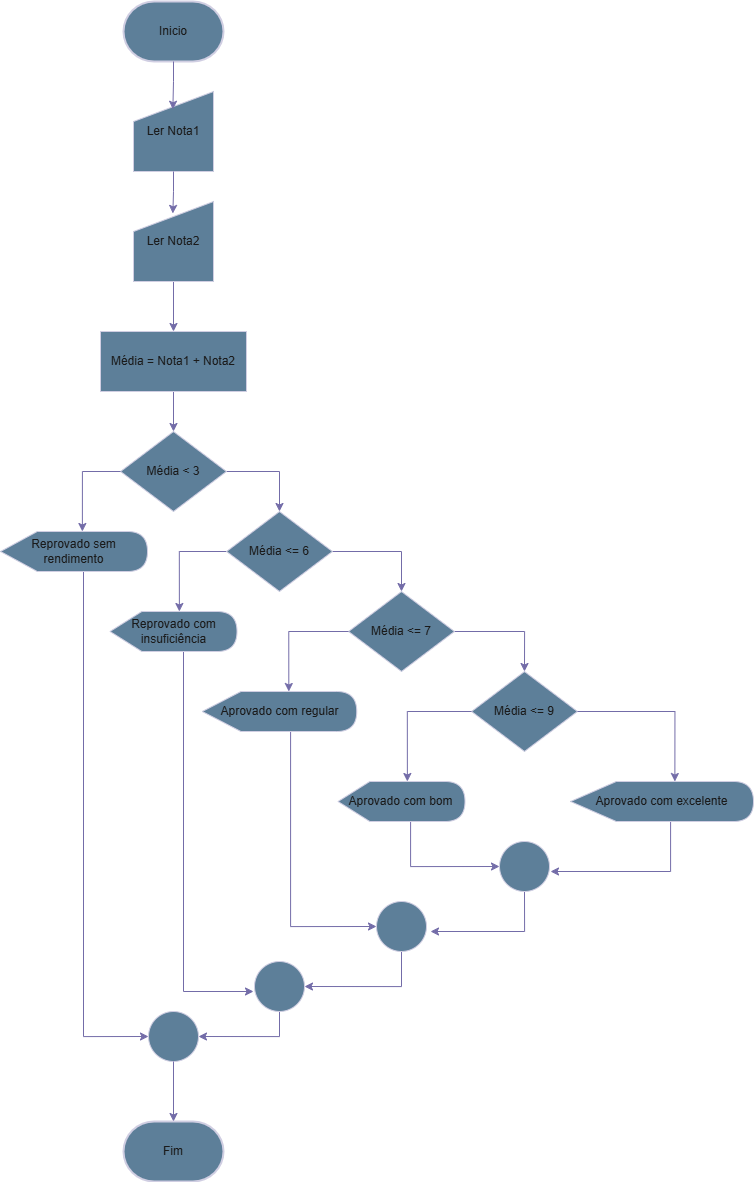
This is exercicios15.drawio.png from andrew-cdia/algoritmos-lista1, a draw.io export, as it was before one commit. Source tidied: cells renumbered, new cells last; positions are measured from the earlier drawing's top-left corner, leaving out a move shared by most shapes. Source of this version:
```xml
<mxGraphModel>
  <root>
    <mxCell id="0" />
    <mxCell id="1" parent="0" />
    <mxCell id="2" value="Fim" style="strokeWidth=2;html=1;shape=mxgraph.flowchart.terminator;whiteSpace=wrap;labelBackgroundColor=none;fillColor=#5D7F99;strokeColor=#D0CEE2;fontColor=#1A1A1A;" parent="1" vertex="1">
      <mxGeometry x="123" y="1120" width="100" height="60" as="geometry" />
    </mxCell>
    <mxCell id="3" value="Inicio" style="strokeWidth=2;html=1;shape=mxgraph.flowchart.terminator;whiteSpace=wrap;labelBackgroundColor=none;fillColor=#5D7F99;strokeColor=#D0CEE2;fontColor=#1A1A1A;" parent="1" vertex="1">
      <mxGeometry x="123" width="100" height="60" as="geometry" />
    </mxCell>
    <mxCell id="4" style="edgeStyle=orthogonalEdgeStyle;rounded=0;jettySize=auto;html=1;entryX=0.5;entryY=0;entryDx=0;entryDy=0;labelBackgroundColor=none;strokeColor=#736CA8;fontColor=default;" parent="1" edge="1" source="5" target="8">
      <mxGeometry relative="1" as="geometry" />
    </mxCell>
    <mxCell id="5" value="Ler Nota2" style="shape=manualInput;whiteSpace=wrap;html=1;labelBackgroundColor=none;fillColor=#5D7F99;strokeColor=#D0CEE2;fontColor=#1A1A1A;" parent="1" vertex="1">
      <mxGeometry x="133" y="200" width="80" height="80" as="geometry" />
    </mxCell>
    <mxCell id="6" value="Ler Nota1" style="shape=manualInput;whiteSpace=wrap;html=1;labelBackgroundColor=none;fillColor=#5D7F99;strokeColor=#D0CEE2;fontColor=#1A1A1A;" parent="1" vertex="1">
      <mxGeometry x="133" y="90" width="80" height="80" as="geometry" />
    </mxCell>
    <mxCell id="7" style="edgeStyle=orthogonalEdgeStyle;rounded=0;jettySize=auto;html=1;entryX=0.5;entryY=0;entryDx=0;entryDy=0;labelBackgroundColor=none;strokeColor=#736CA8;fontColor=default;" parent="1" edge="1" source="8" target="10">
      <mxGeometry relative="1" as="geometry" />
    </mxCell>
    <mxCell id="8" value="Média = Nota1 + Nota2" style="rounded=0;whiteSpace=wrap;html=1;labelBackgroundColor=none;fillColor=#5D7F99;strokeColor=#D0CEE2;fontColor=#1A1A1A;" parent="1" vertex="1">
      <mxGeometry x="100" y="330" width="146" height="60" as="geometry" />
    </mxCell>
    <mxCell id="9" style="edgeStyle=orthogonalEdgeStyle;rounded=0;jettySize=auto;html=1;entryX=0.5;entryY=0;entryDx=0;entryDy=0;labelBackgroundColor=none;strokeColor=#736CA8;fontColor=default;" parent="1" edge="1" source="10" target="13">
      <mxGeometry relative="1" as="geometry">
        <Array as="points">
          <mxPoint x="279" y="470" />
        </Array>
      </mxGeometry>
    </mxCell>
    <mxCell id="10" value="Média &amp;lt; 3" style="rhombus;whiteSpace=wrap;html=1;labelBackgroundColor=none;fillColor=#5D7F99;strokeColor=#D0CEE2;fontColor=#1A1A1A;" parent="1" vertex="1">
      <mxGeometry x="120" y="430" width="106" height="80" as="geometry" />
    </mxCell>
    <mxCell id="11" style="edgeStyle=orthogonalEdgeStyle;rounded=0;jettySize=auto;html=1;entryX=0;entryY=0;entryDx=69.375;entryDy=0;entryPerimeter=0;labelBackgroundColor=none;strokeColor=#736CA8;fontColor=default;" parent="1" edge="1" source="13" target="20">
      <mxGeometry relative="1" as="geometry">
        <Array as="points">
          <mxPoint x="179" y="550" />
        </Array>
      </mxGeometry>
    </mxCell>
    <mxCell id="12" style="edgeStyle=orthogonalEdgeStyle;rounded=0;jettySize=auto;html=1;entryX=0.5;entryY=0;entryDx=0;entryDy=0;labelBackgroundColor=none;strokeColor=#736CA8;fontColor=default;" parent="1" edge="1" source="13" target="15">
      <mxGeometry relative="1" as="geometry" />
    </mxCell>
    <mxCell id="13" value="Média &amp;lt;= 6" style="rhombus;whiteSpace=wrap;html=1;labelBackgroundColor=none;fillColor=#5D7F99;strokeColor=#D0CEE2;fontColor=#1A1A1A;" parent="1" vertex="1">
      <mxGeometry x="226" y="510" width="106" height="80" as="geometry" />
    </mxCell>
    <mxCell id="14" style="edgeStyle=orthogonalEdgeStyle;rounded=0;jettySize=auto;html=1;entryX=0.5;entryY=0;entryDx=0;entryDy=0;labelBackgroundColor=none;strokeColor=#736CA8;fontColor=default;" parent="1" edge="1" source="15" target="16">
      <mxGeometry relative="1" as="geometry" />
    </mxCell>
    <mxCell id="15" value="Média &amp;lt;= 7" style="rhombus;whiteSpace=wrap;html=1;labelBackgroundColor=none;fillColor=#5D7F99;strokeColor=#D0CEE2;fontColor=#1A1A1A;" parent="1" vertex="1">
      <mxGeometry x="348" y="590" width="106" height="80" as="geometry" />
    </mxCell>
    <mxCell id="16" value="Média &amp;lt;= 9" style="rhombus;whiteSpace=wrap;html=1;labelBackgroundColor=none;fillColor=#5D7F99;strokeColor=#D0CEE2;fontColor=#1A1A1A;" parent="1" vertex="1">
      <mxGeometry x="471" y="670" width="106" height="80" as="geometry" />
    </mxCell>
    <mxCell id="17" style="edgeStyle=orthogonalEdgeStyle;rounded=0;jettySize=auto;html=1;entryX=0;entryY=0.5;entryDx=0;entryDy=0;labelBackgroundColor=none;strokeColor=#736CA8;fontColor=default;" parent="1" edge="1" source="18" target="39">
      <mxGeometry relative="1" as="geometry">
        <Array as="points">
          <mxPoint x="83" y="1035" />
        </Array>
      </mxGeometry>
    </mxCell>
    <mxCell id="18" value="Reprovado sem rendimento" style="shape=display;whiteSpace=wrap;html=1;labelBackgroundColor=none;fillColor=#5D7F99;strokeColor=#D0CEE2;fontColor=#1A1A1A;" parent="1" vertex="1">
      <mxGeometry y="530" width="147" height="40" as="geometry" />
    </mxCell>
    <mxCell id="19" style="edgeStyle=orthogonalEdgeStyle;rounded=0;jettySize=auto;html=1;labelBackgroundColor=none;strokeColor=#736CA8;fontColor=default;" parent="1" edge="1" source="20">
      <mxGeometry relative="1" as="geometry">
        <mxPoint x="253" y="990" as="targetPoint" />
        <Array as="points">
          <mxPoint x="183" y="990" />
        </Array>
      </mxGeometry>
    </mxCell>
    <mxCell id="20" value="Reprovado com insuficiência" style="shape=display;whiteSpace=wrap;html=1;labelBackgroundColor=none;fillColor=#5D7F99;strokeColor=#D0CEE2;fontColor=#1A1A1A;" parent="1" vertex="1">
      <mxGeometry x="109.5" y="610" width="127" height="40" as="geometry" />
    </mxCell>
    <mxCell id="21" style="edgeStyle=orthogonalEdgeStyle;rounded=0;jettySize=auto;html=1;entryX=0;entryY=0.5;entryDx=0;entryDy=0;labelBackgroundColor=none;strokeColor=#736CA8;fontColor=default;" parent="1" edge="1" source="22" target="36">
      <mxGeometry relative="1" as="geometry">
        <Array as="points">
          <mxPoint x="290" y="925" />
        </Array>
      </mxGeometry>
    </mxCell>
    <mxCell id="22" value="Aprovado com regular" style="shape=display;whiteSpace=wrap;html=1;labelBackgroundColor=none;fillColor=#5D7F99;strokeColor=#D0CEE2;fontColor=#1A1A1A;" parent="1" vertex="1">
      <mxGeometry x="201.8" y="690" width="154.5" height="40" as="geometry" />
    </mxCell>
    <mxCell id="23" style="edgeStyle=orthogonalEdgeStyle;rounded=0;jettySize=auto;html=1;entryX=0;entryY=0.5;entryDx=0;entryDy=0;labelBackgroundColor=none;strokeColor=#736CA8;fontColor=default;" parent="1" edge="1" source="24" target="34">
      <mxGeometry relative="1" as="geometry">
        <Array as="points">
          <mxPoint x="410" y="865" />
        </Array>
      </mxGeometry>
    </mxCell>
    <mxCell id="24" value="Aprovado com bom" style="shape=display;whiteSpace=wrap;html=1;labelBackgroundColor=none;fillColor=#5D7F99;strokeColor=#D0CEE2;fontColor=#1A1A1A;" parent="1" vertex="1">
      <mxGeometry x="337.5" y="780" width="127" height="40" as="geometry" />
    </mxCell>
    <mxCell id="25" style="edgeStyle=orthogonalEdgeStyle;rounded=0;jettySize=auto;html=1;labelBackgroundColor=none;strokeColor=#736CA8;fontColor=default;" parent="1" edge="1" source="26">
      <mxGeometry relative="1" as="geometry">
        <mxPoint x="550" y="870" as="targetPoint" />
        <Array as="points">
          <mxPoint x="670" y="870" />
        </Array>
      </mxGeometry>
    </mxCell>
    <mxCell id="26" value="Aprovado com excelente" style="shape=display;whiteSpace=wrap;html=1;labelBackgroundColor=none;fillColor=#5D7F99;strokeColor=#D0CEE2;fontColor=#1A1A1A;" parent="1" vertex="1">
      <mxGeometry x="570" y="780" width="183" height="40" as="geometry" />
    </mxCell>
    <mxCell id="27" style="edgeStyle=orthogonalEdgeStyle;rounded=0;jettySize=auto;html=1;entryX=0;entryY=0;entryDx=81.875;entryDy=0;entryPerimeter=0;labelBackgroundColor=none;strokeColor=#736CA8;fontColor=default;" parent="1" edge="1" source="10" target="18">
      <mxGeometry relative="1" as="geometry">
        <Array as="points">
          <mxPoint x="82" y="470" />
        </Array>
      </mxGeometry>
    </mxCell>
    <mxCell id="28" style="edgeStyle=orthogonalEdgeStyle;rounded=0;jettySize=auto;html=1;entryX=0;entryY=0;entryDx=86.5625;entryDy=0;entryPerimeter=0;labelBackgroundColor=none;strokeColor=#736CA8;fontColor=default;" parent="1" edge="1" source="15" target="22">
      <mxGeometry relative="1" as="geometry">
        <Array as="points">
          <mxPoint x="288" y="630" />
        </Array>
      </mxGeometry>
    </mxCell>
    <mxCell id="29" style="edgeStyle=orthogonalEdgeStyle;rounded=0;jettySize=auto;html=1;entryX=0;entryY=0;entryDx=69.375;entryDy=0;entryPerimeter=0;labelBackgroundColor=none;strokeColor=#736CA8;fontColor=default;" parent="1" edge="1" source="16" target="24">
      <mxGeometry relative="1" as="geometry" />
    </mxCell>
    <mxCell id="30" style="edgeStyle=orthogonalEdgeStyle;rounded=0;jettySize=auto;html=1;entryX=0;entryY=0;entryDx=104.375;entryDy=0;entryPerimeter=0;labelBackgroundColor=none;strokeColor=#736CA8;fontColor=default;" parent="1" edge="1" source="16" target="26">
      <mxGeometry relative="1" as="geometry">
        <Array as="points">
          <mxPoint x="674" y="710" />
        </Array>
      </mxGeometry>
    </mxCell>
    <mxCell id="31" style="edgeStyle=orthogonalEdgeStyle;rounded=0;jettySize=auto;html=1;entryX=0.492;entryY=0.149;entryDx=0;entryDy=0;entryPerimeter=0;labelBackgroundColor=none;strokeColor=#736CA8;fontColor=default;" parent="1" edge="1" source="6" target="5">
      <mxGeometry relative="1" as="geometry" />
    </mxCell>
    <mxCell id="32" style="edgeStyle=orthogonalEdgeStyle;rounded=0;jettySize=auto;html=1;entryX=0.492;entryY=0.222;entryDx=0;entryDy=0;entryPerimeter=0;labelBackgroundColor=none;strokeColor=#736CA8;fontColor=default;" parent="1" edge="1" source="3" target="6">
      <mxGeometry relative="1" as="geometry" />
    </mxCell>
    <mxCell id="33" style="edgeStyle=orthogonalEdgeStyle;rounded=0;jettySize=auto;html=1;labelBackgroundColor=none;strokeColor=#736CA8;fontColor=default;" parent="1" edge="1" source="34">
      <mxGeometry relative="1" as="geometry">
        <mxPoint x="430" y="930" as="targetPoint" />
        <Array as="points">
          <mxPoint x="524" y="930" />
        </Array>
      </mxGeometry>
    </mxCell>
    <mxCell id="34" style="ellipse;whiteSpace=wrap;html=1;labelBackgroundColor=none;fillColor=#5D7F99;strokeColor=#D0CEE2;fontColor=#1A1A1A;" parent="1" vertex="1">
      <mxGeometry x="499" y="840" width="50" height="50" as="geometry" />
    </mxCell>
    <mxCell id="35" style="edgeStyle=orthogonalEdgeStyle;rounded=0;jettySize=auto;html=1;entryX=1;entryY=0.5;entryDx=0;entryDy=0;labelBackgroundColor=none;strokeColor=#736CA8;fontColor=default;" parent="1" edge="1" source="36" target="38">
      <mxGeometry relative="1" as="geometry">
        <Array as="points">
          <mxPoint x="401" y="985" />
        </Array>
      </mxGeometry>
    </mxCell>
    <mxCell id="36" style="ellipse;whiteSpace=wrap;html=1;labelBackgroundColor=none;fillColor=#5D7F99;strokeColor=#D0CEE2;fontColor=#1A1A1A;" parent="1" vertex="1">
      <mxGeometry x="376" y="900" width="50" height="50" as="geometry" />
    </mxCell>
    <mxCell id="37" style="edgeStyle=orthogonalEdgeStyle;rounded=0;jettySize=auto;html=1;entryX=1;entryY=0.5;entryDx=0;entryDy=0;labelBackgroundColor=none;strokeColor=#736CA8;fontColor=default;" parent="1" edge="1" source="38" target="39">
      <mxGeometry relative="1" as="geometry">
        <Array as="points">
          <mxPoint x="279" y="1035" />
        </Array>
      </mxGeometry>
    </mxCell>
    <mxCell id="38" style="ellipse;whiteSpace=wrap;html=1;labelBackgroundColor=none;fillColor=#5D7F99;strokeColor=#D0CEE2;fontColor=#1A1A1A;" parent="1" vertex="1">
      <mxGeometry x="254" y="960" width="50" height="50" as="geometry" />
    </mxCell>
    <mxCell id="39" style="ellipse;whiteSpace=wrap;html=1;labelBackgroundColor=none;fillColor=#5D7F99;strokeColor=#D0CEE2;fontColor=#1A1A1A;" parent="1" vertex="1">
      <mxGeometry x="148" y="1010" width="50" height="50" as="geometry" />
    </mxCell>
    <mxCell id="40" style="edgeStyle=orthogonalEdgeStyle;rounded=0;jettySize=auto;html=1;entryX=0.5;entryY=0;entryDx=0;entryDy=0;entryPerimeter=0;labelBackgroundColor=none;strokeColor=#736CA8;fontColor=default;" parent="1" edge="1" source="39" target="2">
      <mxGeometry relative="1" as="geometry" />
    </mxCell>
  </root>
</mxGraphModel>
```
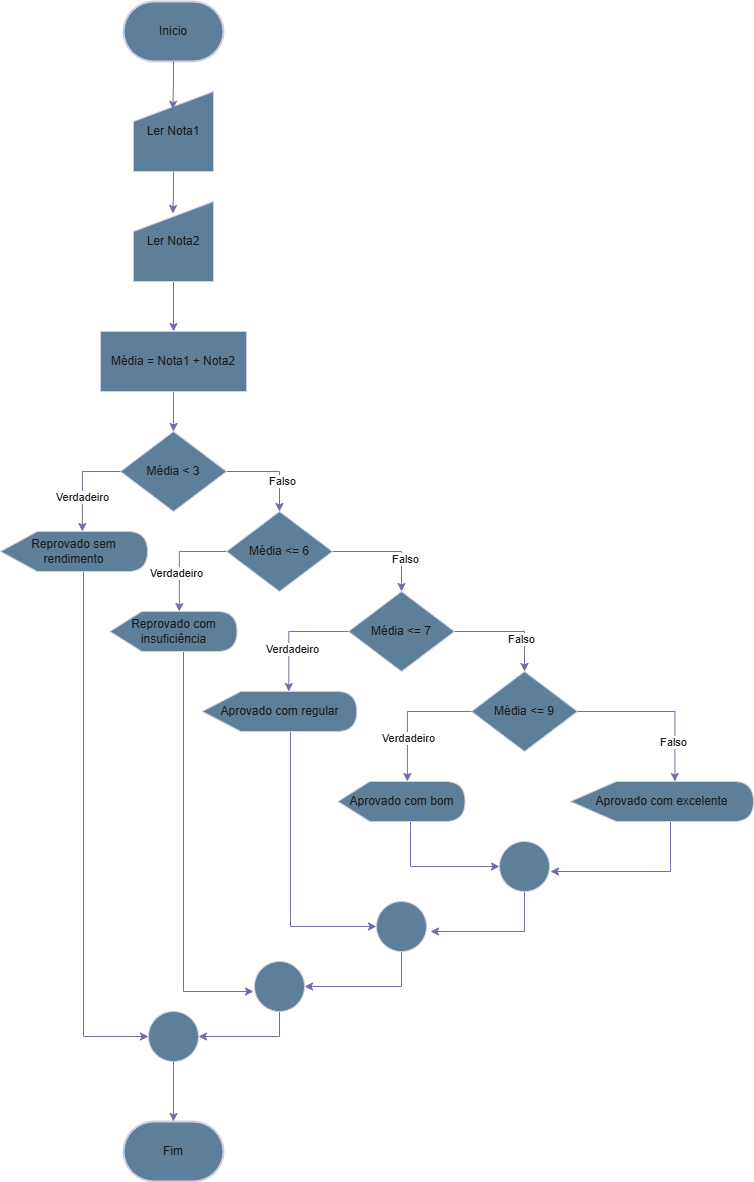
The same diagram one commit later.

What changed in the source:
```diff
@@ -30,6 +30,9 @@
         </Array>
       </mxGeometry>
     </mxCell>
+    <mxCell id="41" value="Falso" style="edgeLabel;html=1;align=center;verticalAlign=middle;strokeColor=#D0CEE2;fontColor=#1A1A1A;fillColor=#5D7F99;" parent="9" vertex="1">
+      <mxGeometry x="0.33" y="2" relative="1" as="geometry" />
+    </mxCell>
     <mxCell id="10" value="Média &amp;lt; 3" style="rhombus;whiteSpace=wrap;html=1;labelBackgroundColor=none;fillColor=#5D7F99;strokeColor=#D0CEE2;fontColor=#1A1A1A;" parent="1" vertex="1">
       <mxGeometry x="120" y="430" width="106" height="80" as="geometry" />
     </mxCell>
@@ -40,15 +43,24 @@
         </Array>
       </mxGeometry>
     </mxCell>
+    <mxCell id="42" value="Verdadeiro" style="edgeLabel;html=1;align=center;verticalAlign=middle;strokeColor=#D0CEE2;fontColor=#1A1A1A;fillColor=#5D7F99;" parent="11" vertex="1">
+      <mxGeometry x="0.29" y="-3" relative="1" as="geometry" />
+    </mxCell>
     <mxCell id="12" style="edgeStyle=orthogonalEdgeStyle;rounded=0;jettySize=auto;html=1;entryX=0.5;entryY=0;entryDx=0;entryDy=0;labelBackgroundColor=none;strokeColor=#736CA8;fontColor=default;" parent="1" edge="1" source="13" target="15">
       <mxGeometry relative="1" as="geometry" />
     </mxCell>
+    <mxCell id="43" value="Falso" style="edgeLabel;html=1;align=center;verticalAlign=middle;strokeColor=#D0CEE2;fontColor=#1A1A1A;fillColor=#5D7F99;" parent="12" vertex="1">
+      <mxGeometry x="0.39" y="3" relative="1" as="geometry" />
+    </mxCell>
     <mxCell id="13" value="Média &amp;lt;= 6" style="rhombus;whiteSpace=wrap;html=1;labelBackgroundColor=none;fillColor=#5D7F99;strokeColor=#D0CEE2;fontColor=#1A1A1A;" parent="1" vertex="1">
       <mxGeometry x="226" y="510" width="106" height="80" as="geometry" />
     </mxCell>
     <mxCell id="14" style="edgeStyle=orthogonalEdgeStyle;rounded=0;jettySize=auto;html=1;entryX=0.5;entryY=0;entryDx=0;entryDy=0;labelBackgroundColor=none;strokeColor=#736CA8;fontColor=default;" parent="1" edge="1" source="15" target="16">
       <mxGeometry relative="1" as="geometry" />
     </mxCell>
+    <mxCell id="44" value="Falso" style="edgeLabel;html=1;align=center;verticalAlign=middle;strokeColor=#D0CEE2;fontColor=#1A1A1A;fillColor=#5D7F99;" parent="14" vertex="1">
+      <mxGeometry x="0.4" y="-4" relative="1" as="geometry" />
+    </mxCell>
     <mxCell id="15" value="Média &amp;lt;= 7" style="rhombus;whiteSpace=wrap;html=1;labelBackgroundColor=none;fillColor=#5D7F99;strokeColor=#D0CEE2;fontColor=#1A1A1A;" parent="1" vertex="1">
       <mxGeometry x="348" y="590" width="106" height="80" as="geometry" />
     </mxCell>
@@ -114,6 +126,9 @@
         </Array>
       </mxGeometry>
     </mxCell>
+    <mxCell id="45" value="Verdadeiro" style="edgeLabel;html=1;align=center;verticalAlign=middle;strokeColor=#D0CEE2;fontColor=#1A1A1A;fillColor=#5D7F99;" parent="27" vertex="1">
+      <mxGeometry x="0.31" relative="1" as="geometry" />
+    </mxCell>
     <mxCell id="28" style="edgeStyle=orthogonalEdgeStyle;rounded=0;jettySize=auto;html=1;entryX=0;entryY=0;entryDx=86.5625;entryDy=0;entryPerimeter=0;labelBackgroundColor=none;strokeColor=#736CA8;fontColor=default;" parent="1" edge="1" source="15" target="22">
       <mxGeometry relative="1" as="geometry">
         <Array as="points">
@@ -121,9 +136,15 @@
         </Array>
       </mxGeometry>
     </mxCell>
+    <mxCell id="46" value="Verdadeiro" style="edgeLabel;html=1;align=center;verticalAlign=middle;strokeColor=#D0CEE2;fontColor=#1A1A1A;fillColor=#5D7F99;" parent="28" vertex="1">
+      <mxGeometry x="0.28" y="3" relative="1" as="geometry" />
+    </mxCell>
     <mxCell id="29" style="edgeStyle=orthogonalEdgeStyle;rounded=0;jettySize=auto;html=1;entryX=0;entryY=0;entryDx=69.375;entryDy=0;entryPerimeter=0;labelBackgroundColor=none;strokeColor=#736CA8;fontColor=default;" parent="1" edge="1" source="16" target="24">
       <mxGeometry relative="1" as="geometry" />
     </mxCell>
+    <mxCell id="47" value="Verdadeiro" style="edgeLabel;html=1;align=center;verticalAlign=middle;strokeColor=#D0CEE2;fontColor=#1A1A1A;fillColor=#5D7F99;" parent="29" vertex="1">
+      <mxGeometry x="0.36" y="1" relative="1" as="geometry" />
+    </mxCell>
     <mxCell id="30" style="edgeStyle=orthogonalEdgeStyle;rounded=0;jettySize=auto;html=1;entryX=0;entryY=0;entryDx=104.375;entryDy=0;entryPerimeter=0;labelBackgroundColor=none;strokeColor=#736CA8;fontColor=default;" parent="1" edge="1" source="16" target="26">
       <mxGeometry relative="1" as="geometry">
         <Array as="points">
@@ -131,6 +152,9 @@
         </Array>
       </mxGeometry>
     </mxCell>
+    <mxCell id="48" value="Falso" style="edgeLabel;html=1;align=center;verticalAlign=middle;strokeColor=#D0CEE2;fontColor=#1A1A1A;fillColor=#5D7F99;" parent="30" vertex="1">
+      <mxGeometry x="0.53" y="-2" relative="1" as="geometry" />
+    </mxCell>
     <mxCell id="31" style="edgeStyle=orthogonalEdgeStyle;rounded=0;jettySize=auto;html=1;entryX=0.492;entryY=0.149;entryDx=0;entryDy=0;entryPerimeter=0;labelBackgroundColor=none;strokeColor=#736CA8;fontColor=default;" parent="1" edge="1" source="6" target="5">
       <mxGeometry relative="1" as="geometry" />
     </mxCell>
```
